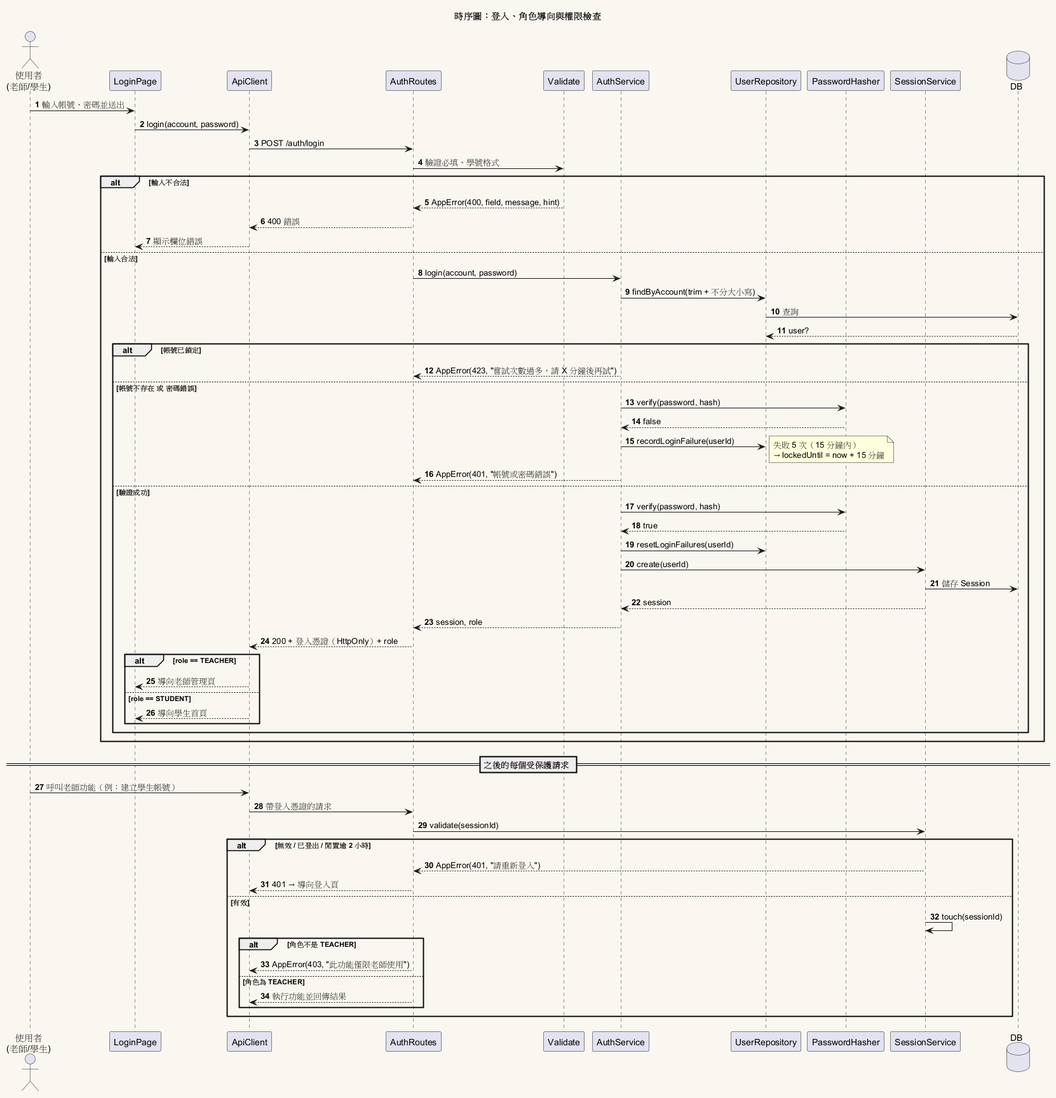
Above: diagrams/001-sequence-login.png in Ennn-1023/SE_project (PlantUML), before the change. Its diagram source:
```plantuml
@startuml 001-sequence-login
title 時序圖：登入、角色導向與權限檢查

skinparam backgroundColor #FAF7F0
skinparam shadowing false
autonumber

actor "使用者\n(老師/學生)" as U
participant "LoginPage" as LP
participant "ApiClient" as API
participant "AuthRoutes" as R
participant "Validate" as V
participant "AuthService" as AS
participant "UserRepository" as UR
participant "PasswordHasher" as H
participant "SessionService" as SS
database "DB" as DB

U -> LP : 輸入帳號、密碼並送出
LP -> API : login(account, password)
API -> R : POST /auth/login
R -> V : 驗證必填、學號格式
alt 輸入不合法
  V --> R : AppError(400, field, message, hint)
  R --> API : 400 錯誤
  API --> LP : 顯示欄位錯誤
else 輸入合法
  R -> AS : login(account, password)
  AS -> UR : findByAccount(trim + 不分大小寫)
  UR -> DB : 查詢
  DB --> UR : user?
  alt 帳號已鎖定
    AS --> R : AppError(423, "嘗試次數過多，請 X 分鐘後再試")
  else 帳號不存在 或 密碼錯誤
    AS -> H : verify(password, hash)
    H --> AS : false
    AS -> UR : recordLoginFailure(userId)
    note right : 失敗 5 次（15 分鐘內）\n→ lockedUntil = now + 15 分鐘
    AS --> R : AppError(401, "帳號或密碼錯誤")
  else 驗證成功
    AS -> H : verify(password, hash)
    H --> AS : true
    AS -> UR : resetLoginFailures(userId)
    AS -> SS : create(userId)
    SS -> DB : 儲存 Session
    SS --> AS : session
    AS --> R : session, role
    R --> API : 200 + 登入憑證（HttpOnly）+ role
    alt role == TEACHER
      API --> LP : 導向老師管理頁
    else role == STUDENT
      API --> LP : 導向學生首頁
    end
  end
end

== 之後的每個受保護請求 ==
U -> API : 呼叫老師功能（例：建立學生帳號）
API -> R : 帶登入憑證的請求
R -> SS : validate(sessionId)
alt 無效 / 已登出 / 閒置逾 2 小時
  SS --> R : AppError(401, "請重新登入")
  R --> API : 401 → 導向登入頁
else 有效
  SS -> SS : touch(sessionId)
  alt 角色不是 TEACHER
    R --> API : AppError(403, "此功能僅限老師使用")
  else 角色為 TEACHER
    R --> API : 執行功能並回傳結果
  end
end
@enduml
```
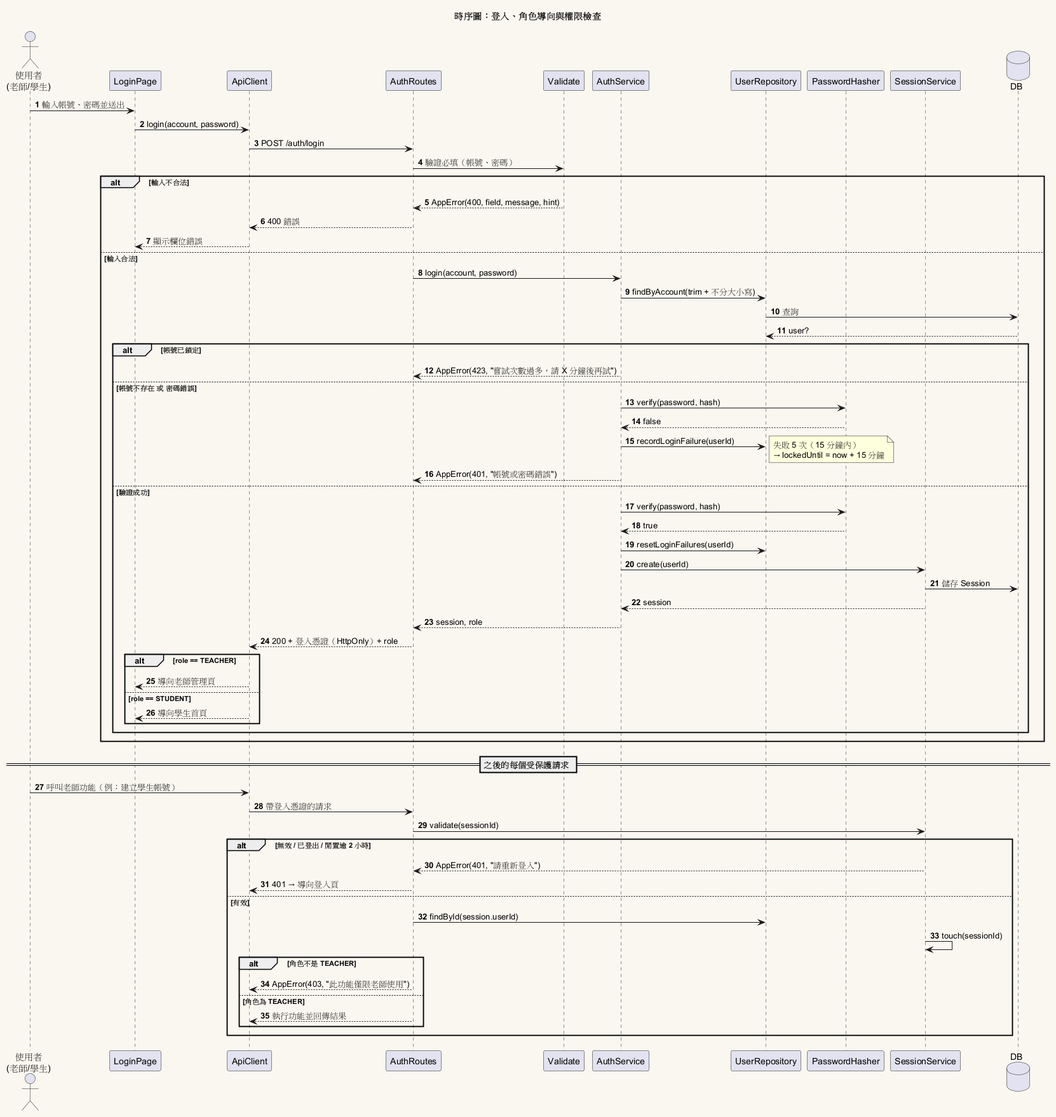
The same diagram one commit later.

Diff of the diagram source:
```diff
@@ -19,7 +19,7 @@
 U -> LP : 輸入帳號、密碼並送出
 LP -> API : login(account, password)
 API -> R : POST /auth/login
-R -> V : 驗證必填、學號格式
+R -> V : 驗證必填（帳號、密碼）
 alt 輸入不合法
   V --> R : AppError(400, field, message, hint)
   R --> API : 400 錯誤
@@ -62,6 +62,7 @@
   SS --> R : AppError(401, "請重新登入")
   R --> API : 401 → 導向登入頁
 else 有效
+  R -> UR : findById(session.userId)
   SS -> SS : touch(sessionId)
   alt 角色不是 TEACHER
     R --> API : AppError(403, "此功能僅限老師使用")
```
